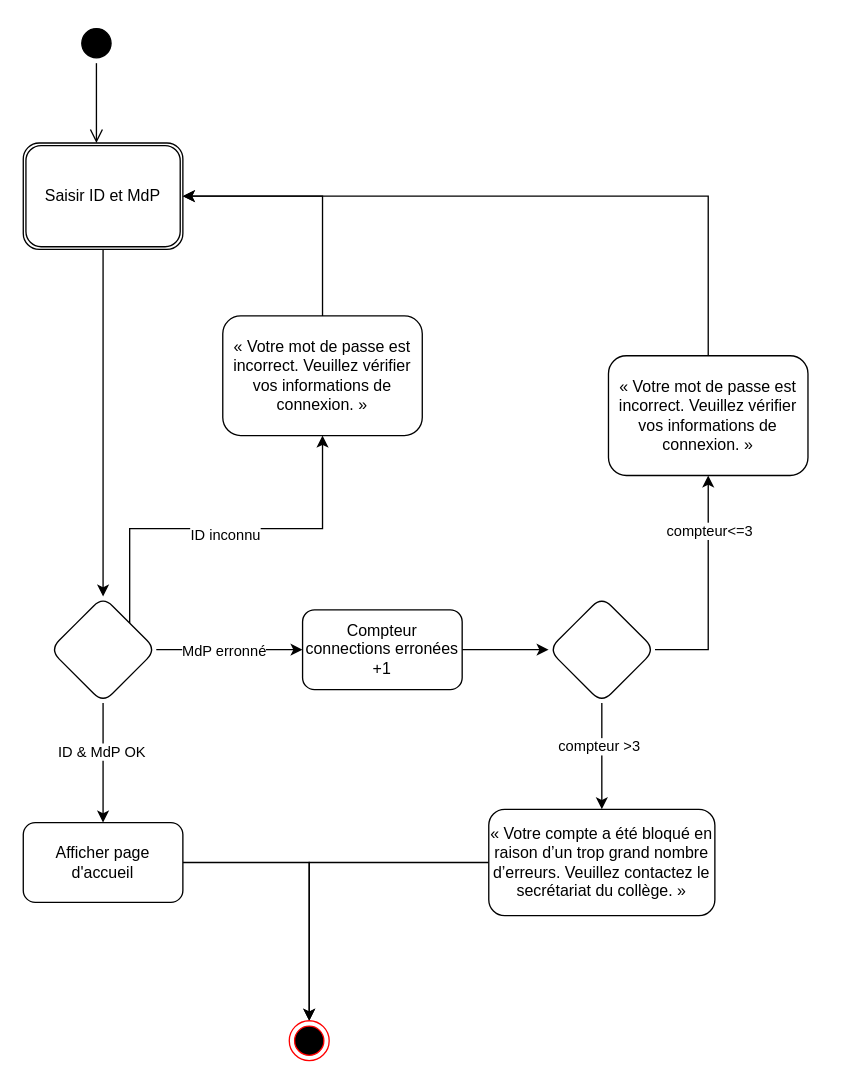
Earlier version of the draw.io diagram Les Sardines/DiagrammeDActivite.drawio (NLetenneur/UML-Introduction). Source tidied: cells renumbered, new cells numbered last; positions are measured from the earlier drawing's top-left corner, leaving out a move shared by most shapes. Both pictures are drawn from the tidied source at 133%, with x=0, y=0 at pixel (23, 23).
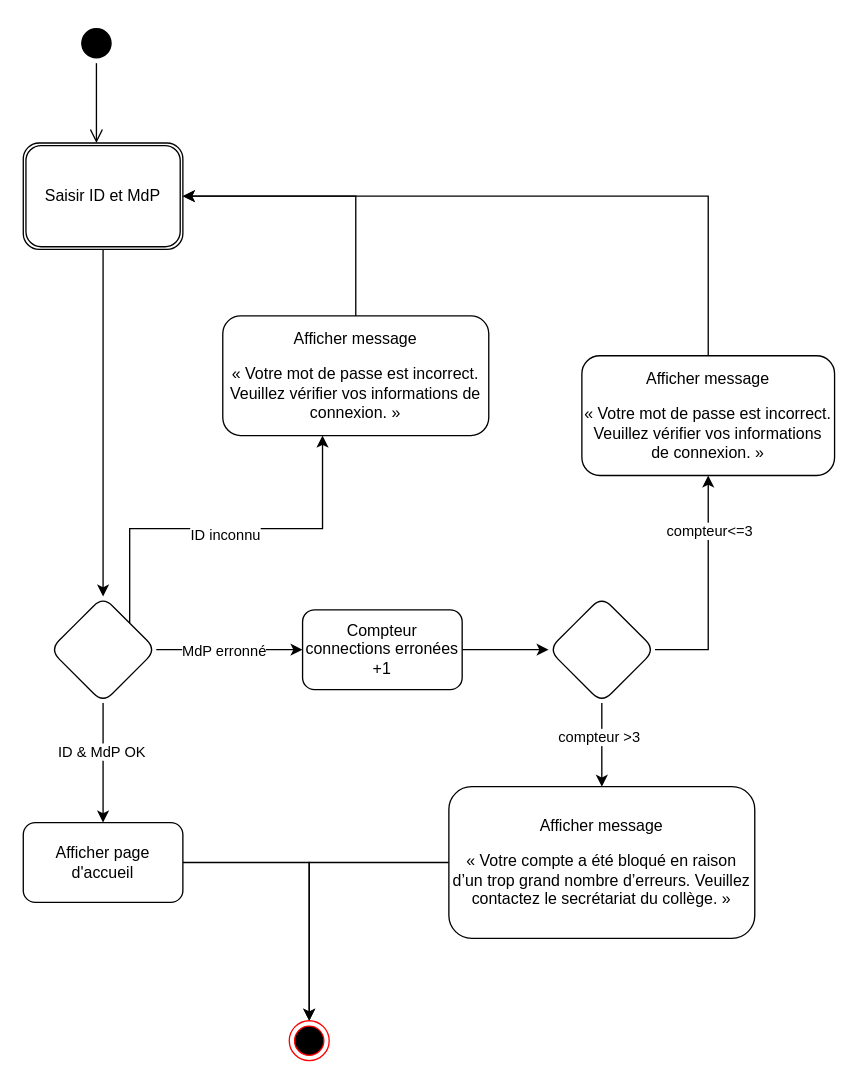
After the change.

Commit message (it also covers changes not shown here):
Mettre à jour DiagrammeDActivite.drawio

The change refers to these unchanged cells:
```xml
<mxCell id="5" value="Saisir ID et MdP" style="shape=ext;double=1;rounded=1;whiteSpace=wrap;html=1;" parent="1" vertex="1">
  <mxGeometry y="90" width="120" height="80" as="geometry" />
</mxCell>
```

Diff of the diagram source:
```diff
@@
-    <mxCell id="15" style="edgeStyle=orthogonalEdgeStyle;rounded=0;jettySize=auto;html=1;entryX=1;entryY=0.5;entryDx=0;entryDy=0;" parent="1" edge="1" source="16" target="5">
+    <mxCell id="15" style="edgeStyle=orthogonalEdgeStyle;rounded=0;jettySize=auto;html=1;entryX=1;entryY=0.5;entryDx=0;entryDy=0;exitX=0.5;exitY=0;exitDx=0;exitDy=0;" parent="1" edge="1" source="16" target="5">
       <mxGeometry relative="1" as="geometry">
         <Array as="points">
           <mxPoint x="515" y="130" />
         </Array>
       </mxGeometry>
     </mxCell>
-    <mxCell id="16" value="&lt;p&gt; « Votre mot de passe est incorrect. Veuillez vérifier vos informations de connexion. » &lt;/p&gt;" style="whiteSpace=wrap;html=1;rounded=1;" parent="1" vertex="1">
-      <mxGeometry x="440" y="250" width="150" height="90" as="geometry" />
+    <mxCell id="16" value="&lt;p&gt;Afficher message&lt;/p&gt;&lt;p&gt;&lt;/p&gt;&lt;p&gt; « Votre mot de passe est incorrect. Veuillez vérifier vos informations de connexion. » &lt;/p&gt;" style="whiteSpace=wrap;html=1;rounded=1;" parent="1" vertex="1">
+      <mxGeometry x="420" y="250" width="190" height="90" as="geometry" />
     </mxCell>
@@
-    <mxCell id="25" value="&lt;p&gt; « Votre compte a été bloqué en raison d’un trop grand nombre d’erreurs. Veuillez contactez le secrétariat du collège. »&lt;/p&gt;" style="whiteSpace=wrap;html=1;rounded=1;" parent="1" vertex="1">
-      <mxGeometry x="350" y="591" width="170" height="80" as="geometry" />
+    <mxCell id="25" value="&lt;p&gt;Afficher message&lt;/p&gt;&lt;p&gt;&lt;/p&gt;&lt;p&gt; « Votre compte a été bloqué en raison d’un trop grand nombre d’erreurs. Veuillez contactez le secrétariat du collège. »&lt;/p&gt;" style="whiteSpace=wrap;html=1;rounded=1;" parent="1" vertex="1">
+      <mxGeometry x="320" y="574" width="230" height="114" as="geometry" />
     </mxCell>
@@
-    <mxCell id="27" value="&lt;p&gt; « Votre mot de passe est incorrect. Veuillez vérifier vos informations de connexion. » &lt;/p&gt;" style="whiteSpace=wrap;html=1;rounded=1;" parent="1" vertex="1">
-      <mxGeometry x="150" y="220" width="150" height="90" as="geometry" />
+    <mxCell id="27" value="&lt;p&gt;Afficher message&lt;/p&gt;&lt;p&gt;« Votre mot de passe est incorrect. Veuillez vérifier vos informations de connexion. » &lt;/p&gt;" style="whiteSpace=wrap;html=1;rounded=1;" parent="1" vertex="1">
+      <mxGeometry x="150" y="220" width="200" height="90" as="geometry" />
     </mxCell>
```
